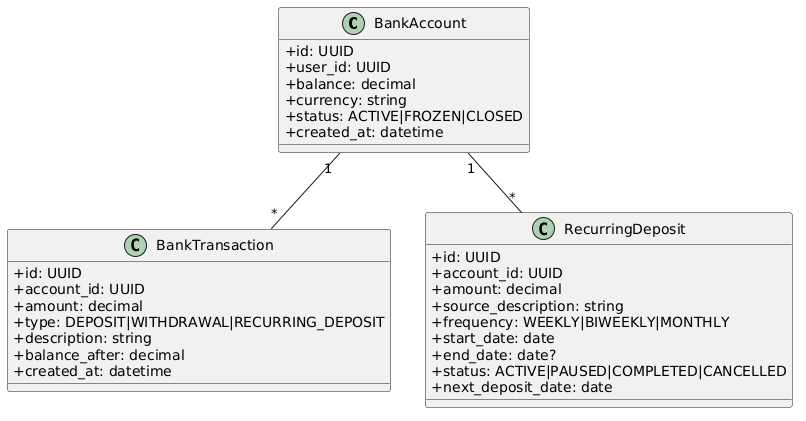
Earlier version of the PlantUML export docs/detailed-designs/diagrams/rendered/class_bank_account.png (QuinntyneBrown/LendQ).
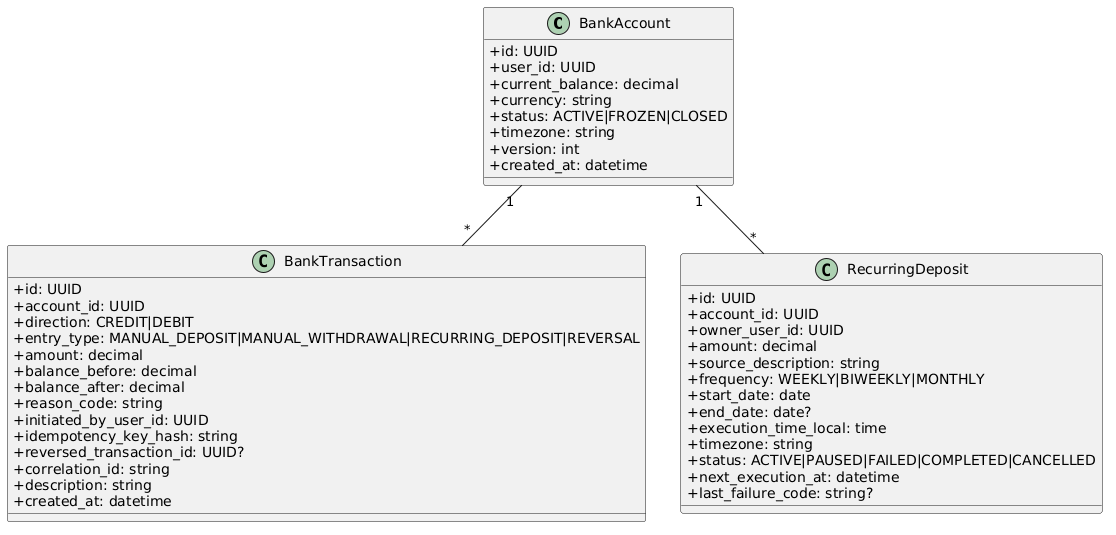
Later version of the same file.

Diff of the diagram source:
```diff
@@ -3,30 +3,43 @@
 class BankAccount {
   +id: UUID
   +user_id: UUID
-  +balance: decimal
+  +current_balance: decimal
   +currency: string
   +status: ACTIVE|FROZEN|CLOSED
+  +timezone: string
+  +version: int
   +created_at: datetime
 }
 class BankTransaction {
   +id: UUID
   +account_id: UUID
+  +direction: CREDIT|DEBIT
+  +entry_type: MANUAL_DEPOSIT|MANUAL_WITHDRAWAL|RECURRING_DEPOSIT|REVERSAL
   +amount: decimal
-  +type: DEPOSIT|WITHDRAWAL|RECURRING_DEPOSIT
+  +balance_before: decimal
+  +balance_after: decimal
+  +reason_code: string
+  +initiated_by_user_id: UUID
+  +idempotency_key_hash: string
+  +reversed_transaction_id: UUID?
+  +correlation_id: string
   +description: string
-  +balance_after: decimal
   +created_at: datetime
 }
 class RecurringDeposit {
   +id: UUID
   +account_id: UUID
+  +owner_user_id: UUID
   +amount: decimal
   +source_description: string
   +frequency: WEEKLY|BIWEEKLY|MONTHLY
   +start_date: date
   +end_date: date?
-  +status: ACTIVE|PAUSED|COMPLETED|CANCELLED
-  +next_deposit_date: date
+  +execution_time_local: time
+  +timezone: string
+  +status: ACTIVE|PAUSED|FAILED|COMPLETED|CANCELLED
+  +next_execution_at: datetime
+  +last_failure_code: string?
 }
 BankAccount "1" -- "*" BankTransaction
 BankAccount "1" -- "*" RecurringDeposit
```
